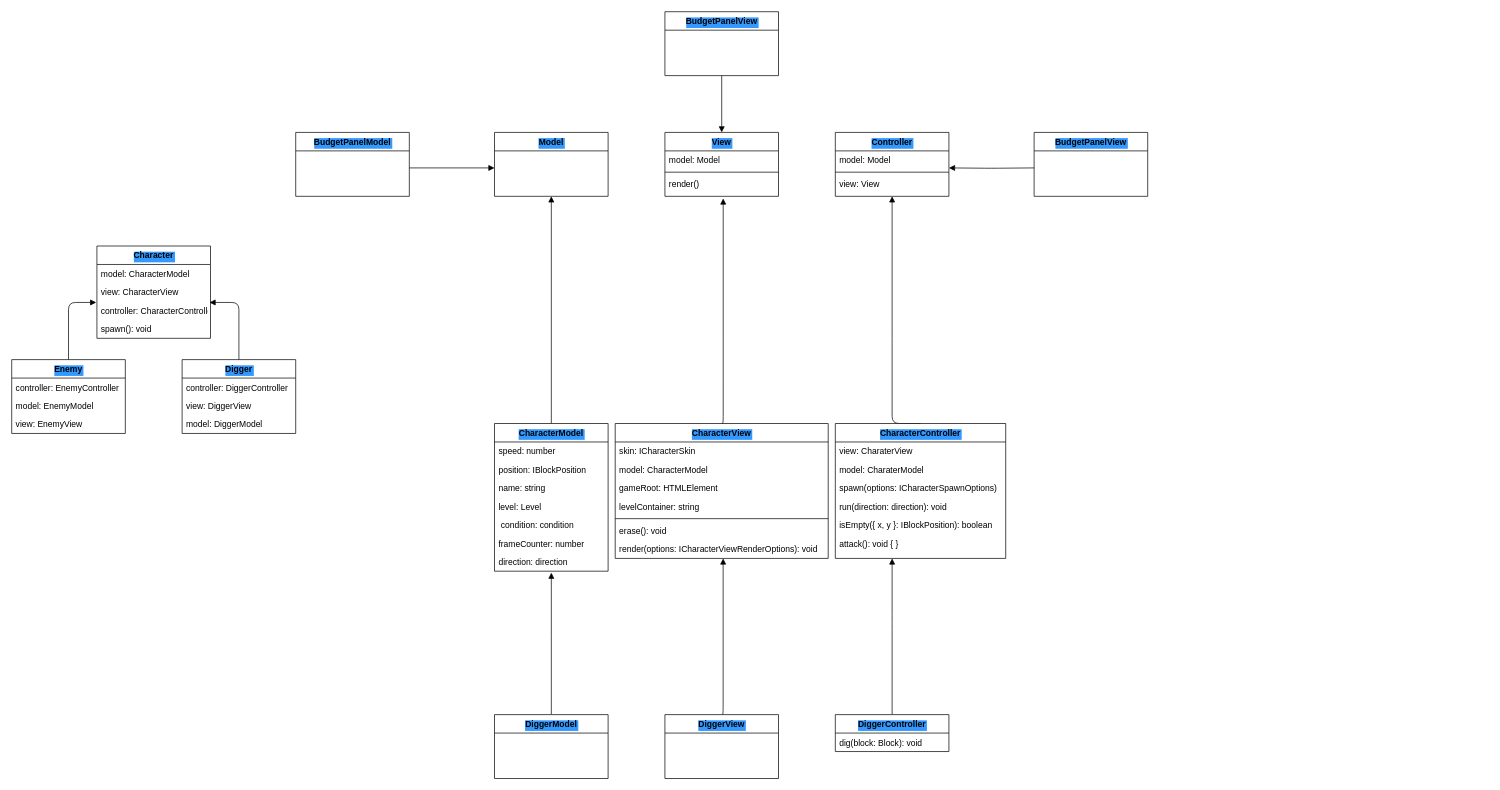
The draw.io diagram Shakhtar.drawio in nortimg/diagrams, before the edit. Source tidied: cells renumbered, new cells numbered last; positions are measured from the earlier drawing's top-left corner, leaving out a move shared by most shapes. Both pictures are drawn from the tidied source at 71%, with x=0, y=0 at pixel (11, 11).
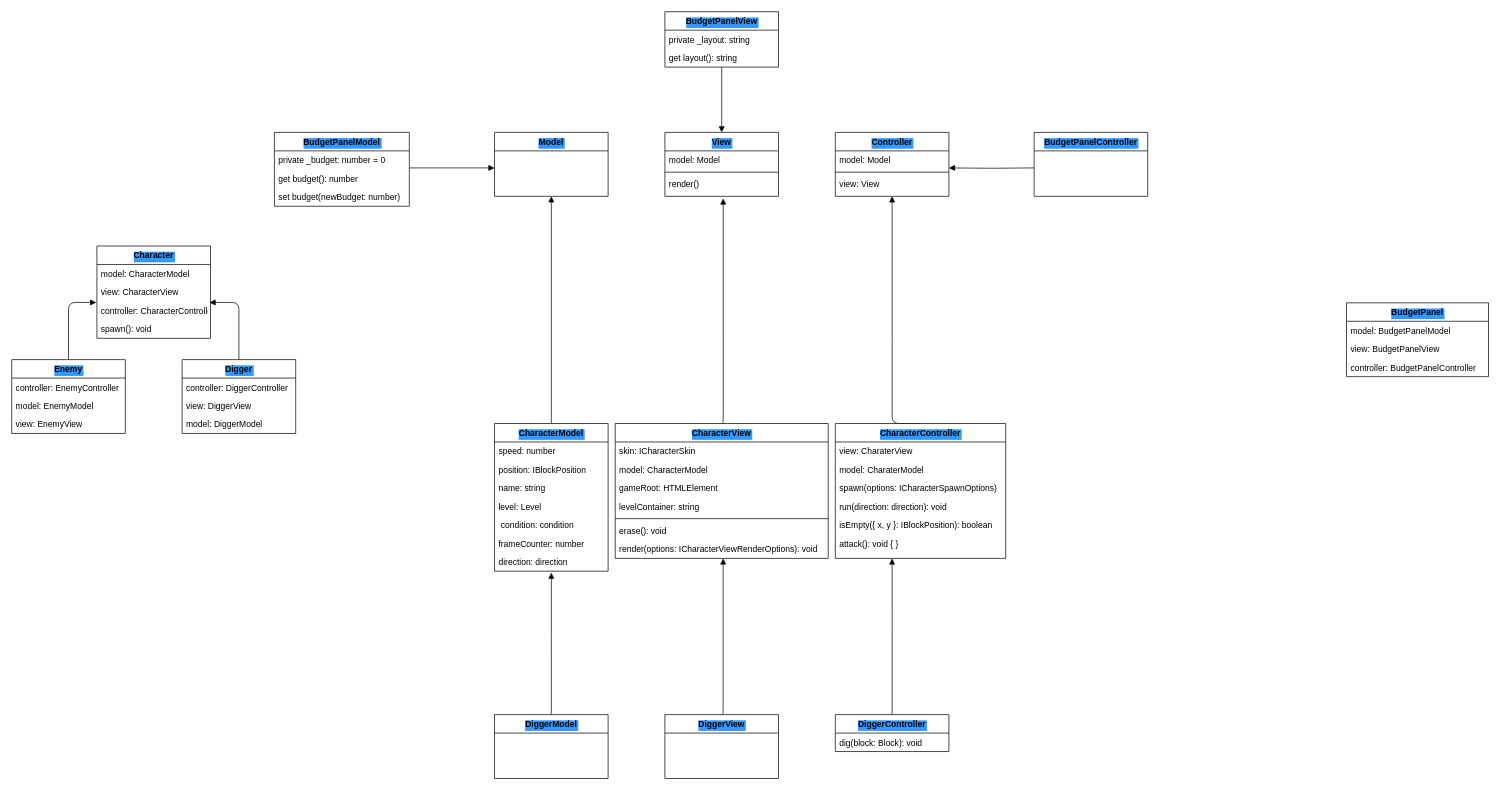
The same diagram, later.

The edit, as a diff of the source:
```diff
@@
     <mxCell id="54" value="BudgetPanelView" style="swimlane;fontStyle=1;align=center;verticalAlign=top;horizontal=1;startSize=26;labelBackgroundColor=#3399FF;" parent="1" vertex="1">
-      <mxGeometry x="920" width="160" height="90" as="geometry" />
+      <mxGeometry x="920" width="160" height="78" as="geometry" />
     </mxCell>
+    <mxCell id="65" value="private _layout: string " style="text;strokeColor=none;fillColor=none;align=left;verticalAlign=top;spacingLeft=4;spacingRight=4;overflow=hidden;labelBackgroundColor=none;" parent="54" vertex="1">
+      <mxGeometry y="26" width="160" height="26" as="geometry" />
+    </mxCell>
+    <mxCell id="66" value="get layout(): string" style="text;strokeColor=none;fillColor=none;align=left;verticalAlign=top;spacingLeft=4;spacingRight=4;overflow=hidden;labelBackgroundColor=none;" parent="54" vertex="1">
+      <mxGeometry y="52" width="160" height="26" as="geometry" />
+    </mxCell>
@@
     <mxCell id="59" value="BudgetPanelModel" style="swimlane;fontStyle=1;align=center;verticalAlign=top;horizontal=1;startSize=26;labelBackgroundColor=#3399FF;" parent="1" vertex="1">
-      <mxGeometry x="400" y="170" width="160" height="90" as="geometry" />
+      <mxGeometry x="370" y="170" width="190" height="104" as="geometry" />
     </mxCell>
+    <mxCell id="67" value="private _budget: number = 0" style="text;strokeColor=none;fillColor=none;align=left;verticalAlign=top;spacingLeft=4;spacingRight=4;overflow=hidden;labelBackgroundColor=none;" parent="59" vertex="1">
+      <mxGeometry y="26" width="190" height="26" as="geometry" />
+    </mxCell>
+    <mxCell id="68" value="get budget(): number" style="text;strokeColor=none;fillColor=none;align=left;verticalAlign=top;spacingLeft=4;spacingRight=4;overflow=hidden;labelBackgroundColor=none;" parent="59" vertex="1">
+      <mxGeometry y="52" width="190" height="26" as="geometry" />
+    </mxCell>
+    <mxCell id="69" value="set budget(newBudget: number)" style="text;strokeColor=none;fillColor=none;align=left;verticalAlign=top;spacingLeft=4;spacingRight=4;overflow=hidden;labelBackgroundColor=none;" parent="59" vertex="1">
+      <mxGeometry y="78" width="190" height="26" as="geometry" />
+    </mxCell>
@@
-    <mxCell id="63" value="BudgetPanelView" style="swimlane;fontStyle=1;align=center;verticalAlign=top;horizontal=1;startSize=26;labelBackgroundColor=#3399FF;" parent="1" vertex="1">
+    <mxCell id="63" value="BudgetPanelController" style="swimlane;fontStyle=1;align=center;verticalAlign=top;horizontal=1;startSize=26;labelBackgroundColor=#3399FF;" parent="1" vertex="1">
       <mxGeometry x="1440" y="170" width="160" height="90" as="geometry" />
     </mxCell>
@@
+    <mxCell id="70" value="BudgetPanel" style="swimlane;fontStyle=1;align=center;verticalAlign=top;horizontal=1;startSize=26;labelBackgroundColor=#3399FF;" parent="1" vertex="1">
+      <mxGeometry x="1880" y="410" width="200" height="104" as="geometry" />
+    </mxCell>
+    <mxCell id="71" value="model: BudgetPanelModel" style="text;strokeColor=none;fillColor=none;align=left;verticalAlign=top;spacingLeft=4;spacingRight=4;overflow=hidden;labelBackgroundColor=none;" parent="70" vertex="1">
+      <mxGeometry y="26" width="200" height="26" as="geometry" />
+    </mxCell>
+    <mxCell id="72" value="view: BudgetPanelView" style="text;strokeColor=none;fillColor=none;align=left;verticalAlign=top;spacingLeft=4;spacingRight=4;overflow=hidden;labelBackgroundColor=none;" parent="70" vertex="1">
+      <mxGeometry y="52" width="200" height="26" as="geometry" />
+    </mxCell>
+    <mxCell id="73" value="controller: BudgetPanelController" style="text;strokeColor=none;fillColor=none;align=left;verticalAlign=top;spacingLeft=4;spacingRight=4;overflow=hidden;labelBackgroundColor=none;" parent="70" vertex="1">
+      <mxGeometry y="78" width="200" height="26" as="geometry" />
+    </mxCell>
```
